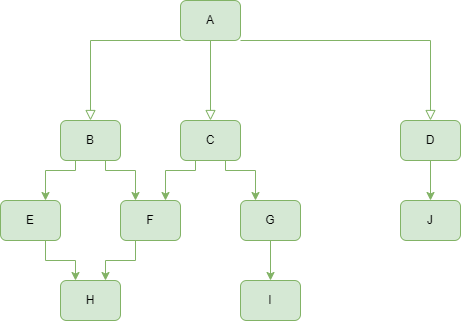
The draw.io diagram images/2020-10-03-certificate_EIP-01.md/diagram.png in trendyglow/trendyglow.github.io, before a commit. Source tidied: cells renumbered, new cells last; positions are measured from the earlier drawing's top-left corner, leaving out a move shared by most shapes. Source of this version:
```xml
<mxGraphModel>
  <root>
    <mxCell id="0" />
    <mxCell id="1" parent="0" />
    <mxCell id="2" style="rounded=0;html=1;jettySize=auto;fontSize=11;endArrow=block;endFill=0;endSize=8;strokeWidth=1;shadow=0;labelBackgroundColor=none;edgeStyle=orthogonalEdgeStyle;fillColor=#d5e8d4;strokeColor=#82b366;entryX=0.5;entryY=0;entryDx=0;entryDy=0;" parent="1" edge="1" source="3" target="9">
      <mxGeometry relative="1" as="geometry" />
    </mxCell>
    <mxCell id="3" value="A" style="rounded=1;whiteSpace=wrap;html=1;fontSize=12;glass=0;strokeWidth=1;shadow=0;fillColor=#d5e8d4;strokeColor=#82b366;" parent="1" vertex="1">
      <mxGeometry x="180" width="60" height="40" as="geometry" />
    </mxCell>
    <mxCell id="4" style="edgeStyle=orthogonalEdgeStyle;rounded=0;jettySize=auto;html=1;exitX=0.75;exitY=1;exitDx=0;exitDy=0;entryX=0.25;entryY=0;entryDx=0;entryDy=0;fillColor=#d5e8d4;strokeColor=#82b366;" parent="1" edge="1" source="6" target="17">
      <mxGeometry relative="1" as="geometry">
        <Array as="points">
          <mxPoint x="105" y="170" />
          <mxPoint x="135" y="170" />
        </Array>
      </mxGeometry>
    </mxCell>
    <mxCell id="5" style="edgeStyle=orthogonalEdgeStyle;rounded=0;jettySize=auto;html=1;exitX=0.25;exitY=1;exitDx=0;exitDy=0;entryX=0.75;entryY=0;entryDx=0;entryDy=0;fillColor=#d5e8d4;strokeColor=#82b366;" parent="1" edge="1" source="6" target="15">
      <mxGeometry relative="1" as="geometry">
        <Array as="points">
          <mxPoint x="75" y="170" />
          <mxPoint x="45" y="170" />
        </Array>
      </mxGeometry>
    </mxCell>
    <mxCell id="6" value="B" style="rounded=1;whiteSpace=wrap;html=1;fontSize=12;glass=0;strokeWidth=1;shadow=0;fillColor=#d5e8d4;strokeColor=#82b366;" parent="1" vertex="1">
      <mxGeometry x="60" y="120" width="60" height="40" as="geometry" />
    </mxCell>
    <mxCell id="7" style="edgeStyle=orthogonalEdgeStyle;rounded=0;jettySize=auto;html=1;exitX=0.25;exitY=1;exitDx=0;exitDy=0;entryX=0.75;entryY=0;entryDx=0;entryDy=0;fillColor=#d5e8d4;strokeColor=#82b366;" parent="1" edge="1" source="9" target="17">
      <mxGeometry relative="1" as="geometry">
        <Array as="points">
          <mxPoint x="195" y="170" />
          <mxPoint x="165" y="170" />
        </Array>
      </mxGeometry>
    </mxCell>
    <mxCell id="8" style="edgeStyle=orthogonalEdgeStyle;rounded=0;jettySize=auto;html=1;exitX=0.75;exitY=1;exitDx=0;exitDy=0;entryX=0.25;entryY=0;entryDx=0;entryDy=0;fillColor=#d5e8d4;strokeColor=#82b366;" parent="1" edge="1" source="9" target="22">
      <mxGeometry relative="1" as="geometry">
        <Array as="points">
          <mxPoint x="225" y="170" />
          <mxPoint x="255" y="170" />
        </Array>
      </mxGeometry>
    </mxCell>
    <mxCell id="9" value="C" style="rounded=1;whiteSpace=wrap;html=1;fontSize=12;glass=0;strokeWidth=1;shadow=0;fillColor=#d5e8d4;strokeColor=#82b366;" parent="1" vertex="1">
      <mxGeometry x="180" y="120" width="60" height="40" as="geometry" />
    </mxCell>
    <mxCell id="10" style="edgeStyle=orthogonalEdgeStyle;rounded=0;jettySize=auto;html=1;exitX=0.5;exitY=1;exitDx=0;exitDy=0;entryX=0.5;entryY=0;entryDx=0;entryDy=0;fillColor=#d5e8d4;strokeColor=#82b366;" parent="1" edge="1" source="11" target="19">
      <mxGeometry relative="1" as="geometry" />
    </mxCell>
    <mxCell id="11" value="D" style="rounded=1;whiteSpace=wrap;html=1;fontSize=12;glass=0;strokeWidth=1;shadow=0;fillColor=#d5e8d4;strokeColor=#82b366;" parent="1" vertex="1">
      <mxGeometry x="400" y="120" width="60" height="40" as="geometry" />
    </mxCell>
    <mxCell id="12" style="rounded=0;html=1;jettySize=auto;fontSize=11;endArrow=block;endFill=0;endSize=8;strokeWidth=1;shadow=0;labelBackgroundColor=none;edgeStyle=orthogonalEdgeStyle;fillColor=#d5e8d4;strokeColor=#82b366;entryX=0.5;entryY=0;entryDx=0;entryDy=0;" parent="1" edge="1" source="3" target="11">
      <mxGeometry relative="1" as="geometry">
        <Array as="points">
          <mxPoint x="430" y="40" />
        </Array>
      </mxGeometry>
    </mxCell>
    <mxCell id="13" style="rounded=0;html=1;jettySize=auto;fontSize=11;endArrow=block;endFill=0;endSize=8;strokeWidth=1;shadow=0;labelBackgroundColor=none;edgeStyle=orthogonalEdgeStyle;fillColor=#d5e8d4;strokeColor=#82b366;" parent="1" edge="1" source="3">
      <mxGeometry relative="1" as="geometry">
        <mxPoint x="90" y="120" as="targetPoint" />
        <Array as="points">
          <mxPoint x="90" y="40" />
        </Array>
      </mxGeometry>
    </mxCell>
    <mxCell id="14" style="edgeStyle=orthogonalEdgeStyle;rounded=0;jettySize=auto;html=1;exitX=0.75;exitY=1;exitDx=0;exitDy=0;entryX=0.25;entryY=0;entryDx=0;entryDy=0;fillColor=#d5e8d4;strokeColor=#82b366;" parent="1" edge="1" source="15" target="18">
      <mxGeometry relative="1" as="geometry" />
    </mxCell>
    <mxCell id="15" value="E" style="rounded=1;whiteSpace=wrap;html=1;fontSize=12;glass=0;strokeWidth=1;shadow=0;fillColor=#d5e8d4;strokeColor=#82b366;" parent="1" vertex="1">
      <mxGeometry y="200" width="60" height="40" as="geometry" />
    </mxCell>
    <mxCell id="16" style="edgeStyle=orthogonalEdgeStyle;rounded=0;jettySize=auto;html=1;exitX=0.25;exitY=1;exitDx=0;exitDy=0;entryX=0.75;entryY=0;entryDx=0;entryDy=0;fillColor=#d5e8d4;strokeColor=#82b366;" parent="1" edge="1" source="17" target="18">
      <mxGeometry relative="1" as="geometry" />
    </mxCell>
    <mxCell id="17" value="F" style="rounded=1;whiteSpace=wrap;html=1;fontSize=12;glass=0;strokeWidth=1;shadow=0;fillColor=#d5e8d4;strokeColor=#82b366;" parent="1" vertex="1">
      <mxGeometry x="120" y="200" width="60" height="40" as="geometry" />
    </mxCell>
    <mxCell id="18" value="H" style="rounded=1;whiteSpace=wrap;html=1;fontSize=12;glass=0;strokeWidth=1;shadow=0;fillColor=#d5e8d4;strokeColor=#82b366;" parent="1" vertex="1">
      <mxGeometry x="60" y="280" width="60" height="40" as="geometry" />
    </mxCell>
    <mxCell id="19" value="J" style="rounded=1;whiteSpace=wrap;html=1;fontSize=12;glass=0;strokeWidth=1;shadow=0;fillColor=#d5e8d4;strokeColor=#82b366;" parent="1" vertex="1">
      <mxGeometry x="400" y="200" width="60" height="40" as="geometry" />
    </mxCell>
    <mxCell id="20" value="I" style="rounded=1;whiteSpace=wrap;html=1;fontSize=12;glass=0;strokeWidth=1;shadow=0;fillColor=#d5e8d4;strokeColor=#82b366;" parent="1" vertex="1">
      <mxGeometry x="240" y="280" width="60" height="40" as="geometry" />
    </mxCell>
    <mxCell id="21" style="edgeStyle=orthogonalEdgeStyle;rounded=0;jettySize=auto;html=1;exitX=0.5;exitY=1;exitDx=0;exitDy=0;entryX=0.5;entryY=0;entryDx=0;entryDy=0;fillColor=#d5e8d4;strokeColor=#82b366;" parent="1" edge="1" source="22" target="20">
      <mxGeometry relative="1" as="geometry" />
    </mxCell>
    <mxCell id="22" value="G" style="rounded=1;whiteSpace=wrap;html=1;fontSize=12;glass=0;strokeWidth=1;shadow=0;fillColor=#d5e8d4;strokeColor=#82b366;" parent="1" vertex="1">
      <mxGeometry x="240" y="200" width="60" height="40" as="geometry" />
    </mxCell>
  </root>
</mxGraphModel>
```
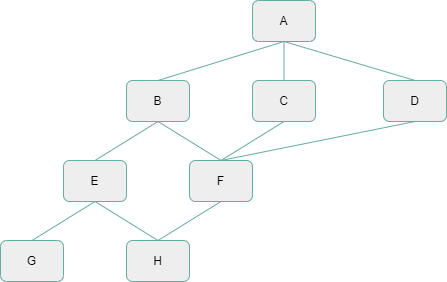
The same file after the commit.

Diff of the diagram source:
```diff
@@ -1,98 +1,60 @@
 <mxGraphModel>
   <root>
-    <mxCell id="0" />
-    <mxCell id="1" parent="0" />
+    <mxCell id="23" />
+    <mxCell id="24" parent="23" />
-    <mxCell id="2" style="rounded=0;html=1;jettySize=auto;fontSize=11;endArrow=block;endFill=0;endSize=8;strokeWidth=1;shadow=0;labelBackgroundColor=none;edgeStyle=orthogonalEdgeStyle;fillColor=#d5e8d4;strokeColor=#82b366;entryX=0.5;entryY=0;entryDx=0;entryDy=0;" parent="1" edge="1" source="3" target="9">
+    <mxCell id="2" style="edgeStyle=none;curved=1;rounded=1;jettySize=auto;html=1;exitX=0.5;exitY=1;exitDx=0;exitDy=0;entryX=0.5;entryY=0;entryDx=0;entryDy=0;endArrow=none;startSize=14;endSize=14;sourcePerimeterSpacing=8;targetPerimeterSpacing=8;endFill=0;strokeColor=#67AB9F;" parent="24" edge="1" source="3" target="9">
       <mxGeometry relative="1" as="geometry" />
     </mxCell>
+    <mxCell id="25" style="edgeStyle=none;curved=1;rounded=1;jettySize=auto;html=1;exitX=0.5;exitY=1;exitDx=0;exitDy=0;entryX=0.5;entryY=0;entryDx=0;entryDy=0;endArrow=none;endFill=0;startSize=14;endSize=14;sourcePerimeterSpacing=8;targetPerimeterSpacing=8;fillColor=#cdeb8b;strokeColor=#67AB9F;" parent="24" edge="1" source="3" target="6">
+      <mxGeometry relative="1" as="geometry" />
+    </mxCell>
-    <mxCell id="3" value="A" style="rounded=1;whiteSpace=wrap;html=1;fontSize=12;glass=0;strokeWidth=1;shadow=0;fillColor=#d5e8d4;strokeColor=#82b366;" parent="1" vertex="1">
-      <mxGeometry x="180" width="60" height="40" as="geometry" />
+    <mxCell id="3" value="A" style="rounded=1;whiteSpace=wrap;html=1;hachureGap=4;fillColor=#eeeeee;strokeColor=#67AB9F;" parent="24" vertex="1">
+      <mxGeometry x="-191" y="-40" width="63" height="41" as="geometry" />
     </mxCell>
+    <mxCell id="5" style="edgeStyle=none;curved=1;rounded=1;jettySize=auto;html=1;exitX=0.5;exitY=1;exitDx=0;exitDy=0;entryX=0.5;entryY=0;entryDx=0;entryDy=0;endArrow=none;endFill=0;startSize=14;endSize=14;sourcePerimeterSpacing=8;targetPerimeterSpacing=8;strokeColor=#67AB9F;" parent="24" edge="1" source="6" target="15">
+      <mxGeometry relative="1" as="geometry" />
+    </mxCell>
-    <mxCell id="4" style="edgeStyle=orthogonalEdgeStyle;rounded=0;jettySize=auto;html=1;exitX=0.75;exitY=1;exitDx=0;exitDy=0;entryX=0.25;entryY=0;entryDx=0;entryDy=0;fillColor=#d5e8d4;strokeColor=#82b366;" parent="1" edge="1" source="6" target="17">
-      <mxGeometry relative="1" as="geometry">
-        <Array as="points">
-          <mxPoint x="105" y="170" />
-          <mxPoint x="135" y="170" />
-        </Array>
-      </mxGeometry>
+    <mxCell id="4" style="edgeStyle=none;curved=1;rounded=1;jettySize=auto;html=1;exitX=0.5;exitY=1;exitDx=0;exitDy=0;entryX=0.5;entryY=0;entryDx=0;entryDy=0;endArrow=none;endFill=0;startSize=14;endSize=14;sourcePerimeterSpacing=8;targetPerimeterSpacing=8;strokeColor=#67AB9F;" parent="24" edge="1" source="6" target="17">
+      <mxGeometry relative="1" as="geometry" />
     </mxCell>
-    <mxCell id="5" style="edgeStyle=orthogonalEdgeStyle;rounded=0;jettySize=auto;html=1;exitX=0.25;exitY=1;exitDx=0;exitDy=0;entryX=0.75;entryY=0;entryDx=0;entryDy=0;fillColor=#d5e8d4;strokeColor=#82b366;" parent="1" edge="1" source="6" target="15">
-      <mxGeometry relative="1" as="geometry">
-        <Array as="points">
-          <mxPoint x="75" y="170" />
-          <mxPoint x="45" y="170" />
-        </Array>
-      </mxGeometry>
-    </mxCell>
-    <mxCell id="6" value="B" style="rounded=1;whiteSpace=wrap;html=1;fontSize=12;glass=0;strokeWidth=1;shadow=0;fillColor=#d5e8d4;strokeColor=#82b366;" parent="1" vertex="1">
-      <mxGeometry x="60" y="120" width="60" height="40" as="geometry" />
+    <mxCell id="6" value="B" style="rounded=1;whiteSpace=wrap;html=1;hachureGap=4;fillColor=#eeeeee;strokeColor=#67AB9F;" parent="24" vertex="1">
+      <mxGeometry x="-317" y="40" width="63" height="41" as="geometry" />
     </mxCell>
-    <mxCell id="7" style="edgeStyle=orthogonalEdgeStyle;rounded=0;jettySize=auto;html=1;exitX=0.25;exitY=1;exitDx=0;exitDy=0;entryX=0.75;entryY=0;entryDx=0;entryDy=0;fillColor=#d5e8d4;strokeColor=#82b366;" parent="1" edge="1" source="9" target="17">
-      <mxGeometry relative="1" as="geometry">
-        <Array as="points">
-          <mxPoint x="195" y="170" />
-          <mxPoint x="165" y="170" />
-        </Array>
-      </mxGeometry>
+    <mxCell id="7" style="edgeStyle=none;curved=1;rounded=1;jettySize=auto;html=1;exitX=0.5;exitY=1;exitDx=0;exitDy=0;entryX=0.5;entryY=0;entryDx=0;entryDy=0;endArrow=none;endFill=0;startSize=14;endSize=14;sourcePerimeterSpacing=8;targetPerimeterSpacing=8;strokeColor=#67AB9F;" parent="24" edge="1" source="9" target="17">
+      <mxGeometry relative="1" as="geometry" />
     </mxCell>
-    <mxCell id="8" style="edgeStyle=orthogonalEdgeStyle;rounded=0;jettySize=auto;html=1;exitX=0.75;exitY=1;exitDx=0;exitDy=0;entryX=0.25;entryY=0;entryDx=0;entryDy=0;fillColor=#d5e8d4;strokeColor=#82b366;" parent="1" edge="1" source="9" target="22">
-      <mxGeometry relative="1" as="geometry">
-        <Array as="points">
-          <mxPoint x="225" y="170" />
-          <mxPoint x="255" y="170" />
-        </Array>
-      </mxGeometry>
-    </mxCell>
-    <mxCell id="9" value="C" style="rounded=1;whiteSpace=wrap;html=1;fontSize=12;glass=0;strokeWidth=1;shadow=0;fillColor=#d5e8d4;strokeColor=#82b366;" parent="1" vertex="1">
-      <mxGeometry x="180" y="120" width="60" height="40" as="geometry" />
+    <mxCell id="9" value="C" style="rounded=1;whiteSpace=wrap;html=1;hachureGap=4;fillColor=#eeeeee;strokeColor=#67AB9F;" parent="24" vertex="1">
+      <mxGeometry x="-191" y="40" width="63" height="41" as="geometry" />
     </mxCell>
-    <mxCell id="10" style="edgeStyle=orthogonalEdgeStyle;rounded=0;jettySize=auto;html=1;exitX=0.5;exitY=1;exitDx=0;exitDy=0;entryX=0.5;entryY=0;entryDx=0;entryDy=0;fillColor=#d5e8d4;strokeColor=#82b366;" parent="1" edge="1" source="11" target="19">
-      <mxGeometry relative="1" as="geometry" />
-    </mxCell>
+    <mxCell id="26" style="edgeStyle=none;curved=1;rounded=1;jettySize=auto;html=1;exitX=0.5;exitY=0;exitDx=0;exitDy=0;entryX=0.5;entryY=1;entryDx=0;entryDy=0;endArrow=none;endFill=0;startSize=14;endSize=14;sourcePerimeterSpacing=8;targetPerimeterSpacing=8;strokeColor=#67AB9F;" parent="24" edge="1" source="11" target="3">
+      <mxGeometry relative="1" as="geometry" />
+    </mxCell>
+    <mxCell id="27" style="edgeStyle=none;curved=1;rounded=1;jettySize=auto;html=1;exitX=0.5;exitY=1;exitDx=0;exitDy=0;entryX=0.5;entryY=0;entryDx=0;entryDy=0;endArrow=none;endFill=0;startSize=14;endSize=14;sourcePerimeterSpacing=8;targetPerimeterSpacing=8;strokeColor=#67AB9F;" parent="24" edge="1" source="11" target="17">
+      <mxGeometry relative="1" as="geometry" />
+    </mxCell>
-    <mxCell id="11" value="D" style="rounded=1;whiteSpace=wrap;html=1;fontSize=12;glass=0;strokeWidth=1;shadow=0;fillColor=#d5e8d4;strokeColor=#82b366;" parent="1" vertex="1">
-      <mxGeometry x="400" y="120" width="60" height="40" as="geometry" />
+    <mxCell id="11" value="D" style="rounded=1;whiteSpace=wrap;html=1;hachureGap=4;fillColor=#eeeeee;strokeColor=#67AB9F;" parent="24" vertex="1">
+      <mxGeometry x="-60" y="40" width="63" height="41" as="geometry" />
     </mxCell>
-    <mxCell id="12" style="rounded=0;html=1;jettySize=auto;fontSize=11;endArrow=block;endFill=0;endSize=8;strokeWidth=1;shadow=0;labelBackgroundColor=none;edgeStyle=orthogonalEdgeStyle;fillColor=#d5e8d4;strokeColor=#82b366;entryX=0.5;entryY=0;entryDx=0;entryDy=0;" parent="1" edge="1" source="3" target="11">
-      <mxGeometry relative="1" as="geometry">
-        <Array as="points">
-          <mxPoint x="430" y="40" />
-        </Array>
-      </mxGeometry>
-    </mxCell>
-    <mxCell id="13" style="rounded=0;html=1;jettySize=auto;fontSize=11;endArrow=block;endFill=0;endSize=8;strokeWidth=1;shadow=0;labelBackgroundColor=none;edgeStyle=orthogonalEdgeStyle;fillColor=#d5e8d4;strokeColor=#82b366;" parent="1" edge="1" source="3">
-      <mxGeometry relative="1" as="geometry">
-        <mxPoint x="90" y="120" as="targetPoint" />
-        <Array as="points">
-          <mxPoint x="90" y="40" />
-        </Array>
-      </mxGeometry>
-    </mxCell>
+    <mxCell id="28" style="edgeStyle=none;curved=1;rounded=1;jettySize=auto;html=1;exitX=0.5;exitY=1;exitDx=0;exitDy=0;entryX=0.5;entryY=0;entryDx=0;entryDy=0;endArrow=none;endFill=0;startSize=14;endSize=14;sourcePerimeterSpacing=8;targetPerimeterSpacing=8;strokeColor=#67AB9F;" parent="24" edge="1" source="15" target="22">
+      <mxGeometry relative="1" as="geometry" />
+    </mxCell>
-    <mxCell id="14" style="edgeStyle=orthogonalEdgeStyle;rounded=0;jettySize=auto;html=1;exitX=0.75;exitY=1;exitDx=0;exitDy=0;entryX=0.25;entryY=0;entryDx=0;entryDy=0;fillColor=#d5e8d4;strokeColor=#82b366;" parent="1" edge="1" source="15" target="18">
+    <mxCell id="14" style="edgeStyle=none;curved=1;rounded=1;jettySize=auto;html=1;exitX=0.5;exitY=1;exitDx=0;exitDy=0;entryX=0.5;entryY=0;entryDx=0;entryDy=0;endArrow=none;endFill=0;startSize=14;endSize=14;sourcePerimeterSpacing=8;targetPerimeterSpacing=8;strokeColor=#67AB9F;" parent="24" edge="1" source="15" target="18">
       <mxGeometry relative="1" as="geometry" />
     </mxCell>
-    <mxCell id="15" value="E" style="rounded=1;whiteSpace=wrap;html=1;fontSize=12;glass=0;strokeWidth=1;shadow=0;fillColor=#d5e8d4;strokeColor=#82b366;" parent="1" vertex="1">
-      <mxGeometry y="200" width="60" height="40" as="geometry" />
+    <mxCell id="15" value="E" style="rounded=1;whiteSpace=wrap;html=1;hachureGap=4;fillColor=#eeeeee;strokeColor=#67AB9F;" parent="24" vertex="1">
+      <mxGeometry x="-380" y="120" width="63" height="41" as="geometry" />
     </mxCell>
-    <mxCell id="16" style="edgeStyle=orthogonalEdgeStyle;rounded=0;jettySize=auto;html=1;exitX=0.25;exitY=1;exitDx=0;exitDy=0;entryX=0.75;entryY=0;entryDx=0;entryDy=0;fillColor=#d5e8d4;strokeColor=#82b366;" parent="1" edge="1" source="17" target="18">
+    <mxCell id="16" style="edgeStyle=none;curved=1;rounded=1;jettySize=auto;html=1;exitX=0.5;exitY=1;exitDx=0;exitDy=0;entryX=0.5;entryY=0;entryDx=0;entryDy=0;endArrow=none;endFill=0;startSize=14;endSize=14;sourcePerimeterSpacing=8;targetPerimeterSpacing=8;strokeColor=#67AB9F;" parent="24" edge="1" source="17" target="18">
       <mxGeometry relative="1" as="geometry" />
     </mxCell>
-    <mxCell id="17" value="F" style="rounded=1;whiteSpace=wrap;html=1;fontSize=12;glass=0;strokeWidth=1;shadow=0;fillColor=#d5e8d4;strokeColor=#82b366;" parent="1" vertex="1">
-      <mxGeometry x="120" y="200" width="60" height="40" as="geometry" />
+    <mxCell id="17" value="F" style="rounded=1;whiteSpace=wrap;html=1;hachureGap=4;fillColor=#eeeeee;strokeColor=#67AB9F;" parent="24" vertex="1">
+      <mxGeometry x="-254" y="120" width="63" height="41" as="geometry" />
     </mxCell>
+    <mxCell id="22" value="G" style="rounded=1;whiteSpace=wrap;html=1;hachureGap=4;fillColor=#eeeeee;strokeColor=#67AB9F;" parent="24" vertex="1">
+      <mxGeometry x="-443" y="200" width="63" height="41" as="geometry" />
+    </mxCell>
-    <mxCell id="18" value="H" style="rounded=1;whiteSpace=wrap;html=1;fontSize=12;glass=0;strokeWidth=1;shadow=0;fillColor=#d5e8d4;strokeColor=#82b366;" parent="1" vertex="1">
-      <mxGeometry x="60" y="280" width="60" height="40" as="geometry" />
+    <mxCell id="18" value="H" style="rounded=1;whiteSpace=wrap;html=1;hachureGap=4;fillColor=#eeeeee;strokeColor=#67AB9F;" parent="24" vertex="1">
+      <mxGeometry x="-317" y="200" width="63" height="41" as="geometry" />
     </mxCell>
-    <mxCell id="19" value="J" style="rounded=1;whiteSpace=wrap;html=1;fontSize=12;glass=0;strokeWidth=1;shadow=0;fillColor=#d5e8d4;strokeColor=#82b366;" parent="1" vertex="1">
-      <mxGeometry x="400" y="200" width="60" height="40" as="geometry" />
-    </mxCell>
-    <mxCell id="20" value="I" style="rounded=1;whiteSpace=wrap;html=1;fontSize=12;glass=0;strokeWidth=1;shadow=0;fillColor=#d5e8d4;strokeColor=#82b366;" parent="1" vertex="1">
-      <mxGeometry x="240" y="280" width="60" height="40" as="geometry" />
-    </mxCell>
-    <mxCell id="21" style="edgeStyle=orthogonalEdgeStyle;rounded=0;jettySize=auto;html=1;exitX=0.5;exitY=1;exitDx=0;exitDy=0;entryX=0.5;entryY=0;entryDx=0;entryDy=0;fillColor=#d5e8d4;strokeColor=#82b366;" parent="1" edge="1" source="22" target="20">
-      <mxGeometry relative="1" as="geometry" />
-    </mxCell>
-    <mxCell id="22" value="G" style="rounded=1;whiteSpace=wrap;html=1;fontSize=12;glass=0;strokeWidth=1;shadow=0;fillColor=#d5e8d4;strokeColor=#82b366;" parent="1" vertex="1">
-      <mxGeometry x="240" y="200" width="60" height="40" as="geometry" />
-    </mxCell>
   </root>
 </mxGraphModel>
```
